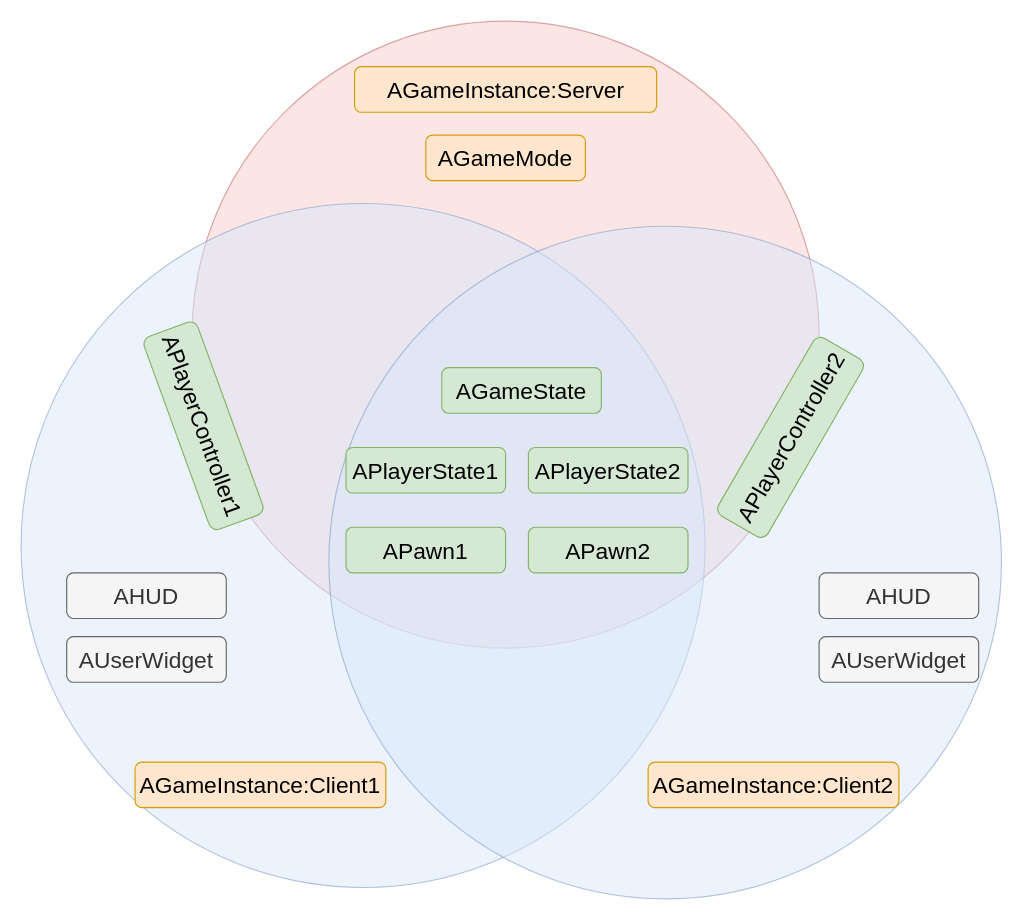
This is page "第 2 页" (2 of 2) of UE.drawio from kwhitestone/drawio, a draw.io file, before an edit. Source tidied: cells renumbered, new cells numbered last; positions are measured from the earlier drawing's top-left corner, leaving out a move shared by most shapes. Both pictures are drawn from the tidied source at 114%, with x=0, y=0 at pixel (21, 21).
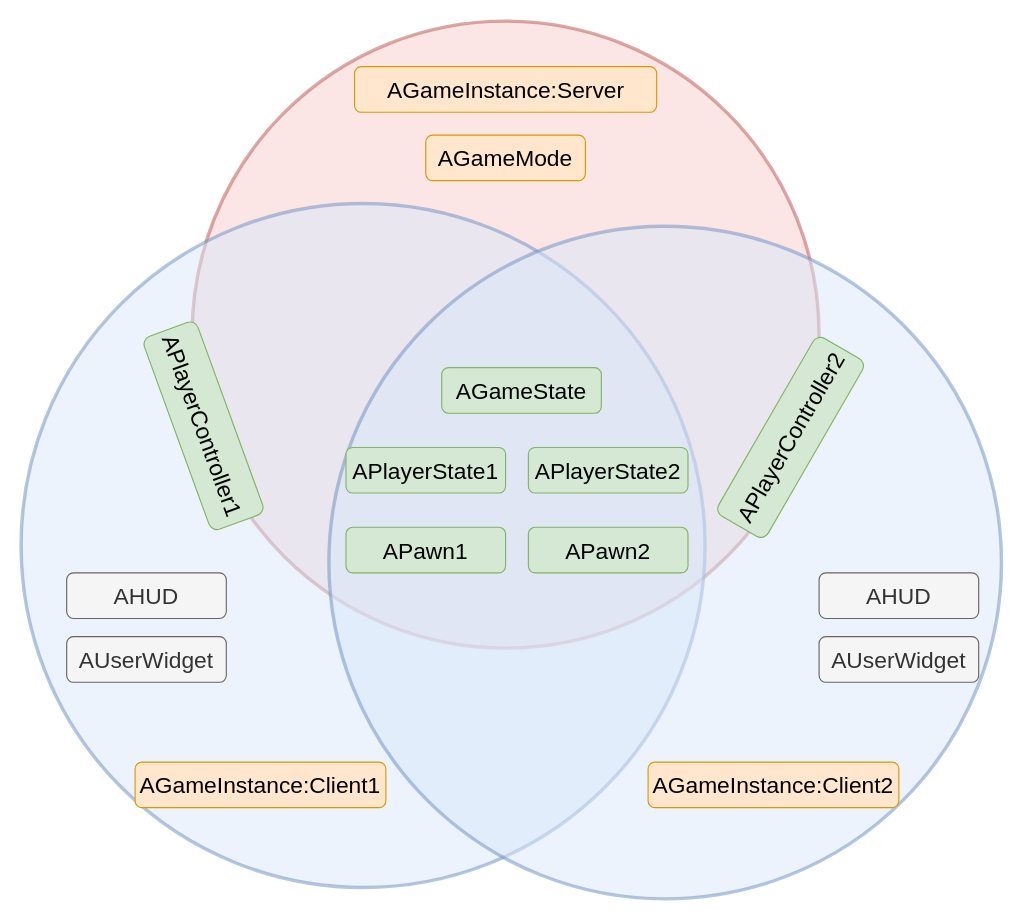
The same diagram, later.

Change to the diagram source:
```diff
@@
 <mxGraphModel>
   <root>
     <mxCell id="0" />
     <mxCell id="1" parent="0" />
-    <mxCell id="2" style="ellipse;whiteSpace=wrap;html=1;fillColor=#f8cecc;strokeColor=#b85450;opacity=50;" parent="1" vertex="1">
+    <mxCell id="2" style="ellipse;whiteSpace=wrap;html=1;fillColor=#f8cecc;strokeColor=#b85450;opacity=50;strokeWidth=3;" parent="1" vertex="1">
       <mxGeometry x="150" width="550" height="550" as="geometry" />
     </mxCell>
-    <mxCell id="3" style="ellipse;whiteSpace=wrap;html=1;fillColor=#dae8fc;strokeColor=#6c8ebf;opacity=50;" parent="1" vertex="1">
+    <mxCell id="3" style="ellipse;whiteSpace=wrap;html=1;fillColor=#dae8fc;strokeColor=#6c8ebf;opacity=50;strokeWidth=3;" parent="1" vertex="1">
       <mxGeometry y="160" width="600" height="600" as="geometry" />
     </mxCell>
-    <mxCell id="4" style="ellipse;whiteSpace=wrap;html=1;fillColor=#dae8fc;strokeColor=#6c8ebf;opacity=50;" parent="1" vertex="1">
+    <mxCell id="4" style="ellipse;whiteSpace=wrap;html=1;fillColor=#dae8fc;strokeColor=#6c8ebf;opacity=50;strokeWidth=3;" parent="1" vertex="1">
       <mxGeometry x="270" y="180" width="590" height="590" as="geometry" />
     </mxCell>
     <mxCell id="5" value="AGameState" style="rounded=1;whiteSpace=wrap;html=1;fontSize=20;fillColor=#d5e8d4;strokeColor=#82b366;" parent="1" vertex="1">
       <mxGeometry x="369" y="304" width="140" height="40" as="geometry" />
     </mxCell>
     <mxCell id="6" value="APlayerState1" style="rounded=1;whiteSpace=wrap;html=1;fontSize=20;fillColor=#d5e8d4;strokeColor=#82b366;" parent="1" vertex="1">
       <mxGeometry x="285" y="374" width="140" height="40" as="geometry" />
     </mxCell>
     <mxCell id="7" value="APlayerState2" style="rounded=1;whiteSpace=wrap;html=1;fontSize=20;fillColor=#d5e8d4;strokeColor=#82b366;" parent="1" vertex="1">
       <mxGeometry x="445" y="374" width="140" height="40" as="geometry" />
     </mxCell>
     <mxCell id="8" value="APawn1" style="rounded=1;whiteSpace=wrap;html=1;fontSize=20;fillColor=#d5e8d4;strokeColor=#82b366;" parent="1" vertex="1">
       <mxGeometry x="285" y="444" width="140" height="40" as="geometry" />
     </mxCell>
     <mxCell id="9" value="APawn2" style="rounded=1;whiteSpace=wrap;html=1;fontSize=20;fillColor=#d5e8d4;strokeColor=#82b366;" parent="1" vertex="1">
       <mxGeometry x="445" y="444" width="140" height="40" as="geometry" />
     </mxCell>
     <mxCell id="10" value="AGameMode" style="rounded=1;whiteSpace=wrap;html=1;fontSize=20;fillColor=#ffe6cc;strokeColor=#d79b00;" parent="1" vertex="1">
       <mxGeometry x="355" y="100" width="140" height="40" as="geometry" />
     </mxCell>
     <mxCell id="11" value="AGameInstance:Server" style="rounded=1;whiteSpace=wrap;html=1;fontSize=20;fillColor=#ffe6cc;strokeColor=#d79b00;" parent="1" vertex="1">
       <mxGeometry x="292.5" y="40" width="265" height="40" as="geometry" />
     </mxCell>
     <mxCell id="12" value="AGameInstance:Client1" style="rounded=1;whiteSpace=wrap;html=1;fontSize=20;fillColor=#ffe6cc;strokeColor=#d79b00;" parent="1" vertex="1">
       <mxGeometry x="100" y="650" width="220" height="40" as="geometry" />
     </mxCell>
     <mxCell id="13" value="AGameInstance:Client2" style="rounded=1;whiteSpace=wrap;html=1;fontSize=20;fillColor=#ffe6cc;strokeColor=#d79b00;" parent="1" vertex="1">
       <mxGeometry x="550" y="650" width="220" height="40" as="geometry" />
     </mxCell>
     <mxCell id="14" value="AHUD" style="rounded=1;whiteSpace=wrap;html=1;fontSize=20;fillColor=#f5f5f5;fontColor=#333333;strokeColor=#666666;" parent="1" vertex="1">
       <mxGeometry x="40" y="484" width="140" height="40" as="geometry" />
     </mxCell>
     <mxCell id="15" value="AUserWidget" style="rounded=1;whiteSpace=wrap;html=1;fontSize=20;fillColor=#f5f5f5;fontColor=#333333;strokeColor=#666666;" parent="1" vertex="1">
       <mxGeometry x="40" y="540" width="140" height="40" as="geometry" />
     </mxCell>
     <mxCell id="16" value="AHUD" style="rounded=1;whiteSpace=wrap;html=1;fontSize=20;fillColor=#f5f5f5;fontColor=#333333;strokeColor=#666666;" parent="1" vertex="1">
       <mxGeometry x="700" y="484" width="140" height="40" as="geometry" />
     </mxCell>
     <mxCell id="17" value="AUserWidget" style="rounded=1;whiteSpace=wrap;html=1;fontSize=20;fillColor=#f5f5f5;fontColor=#333333;strokeColor=#666666;" parent="1" vertex="1">
       <mxGeometry x="700" y="540" width="140" height="40" as="geometry" />
     </mxCell>
     <mxCell id="18" value="APlayerController2" style="rounded=1;whiteSpace=wrap;html=1;fontSize=20;rotation=-60;fillColor=#d5e8d4;strokeColor=#82b366;" parent="1" vertex="1">
       <mxGeometry x="585" y="340.2" width="180" height="50" as="geometry" />
     </mxCell>
     <mxCell id="19" value="APlayerController1" style="rounded=1;whiteSpace=wrap;html=1;fontSize=20;rotation=70;fillColor=#d5e8d4;strokeColor=#82b366;" parent="1" vertex="1">
       <mxGeometry x="70" y="330" width="180" height="50" as="geometry" />
     </mxCell>
   </root>
 </mxGraphModel>
```
